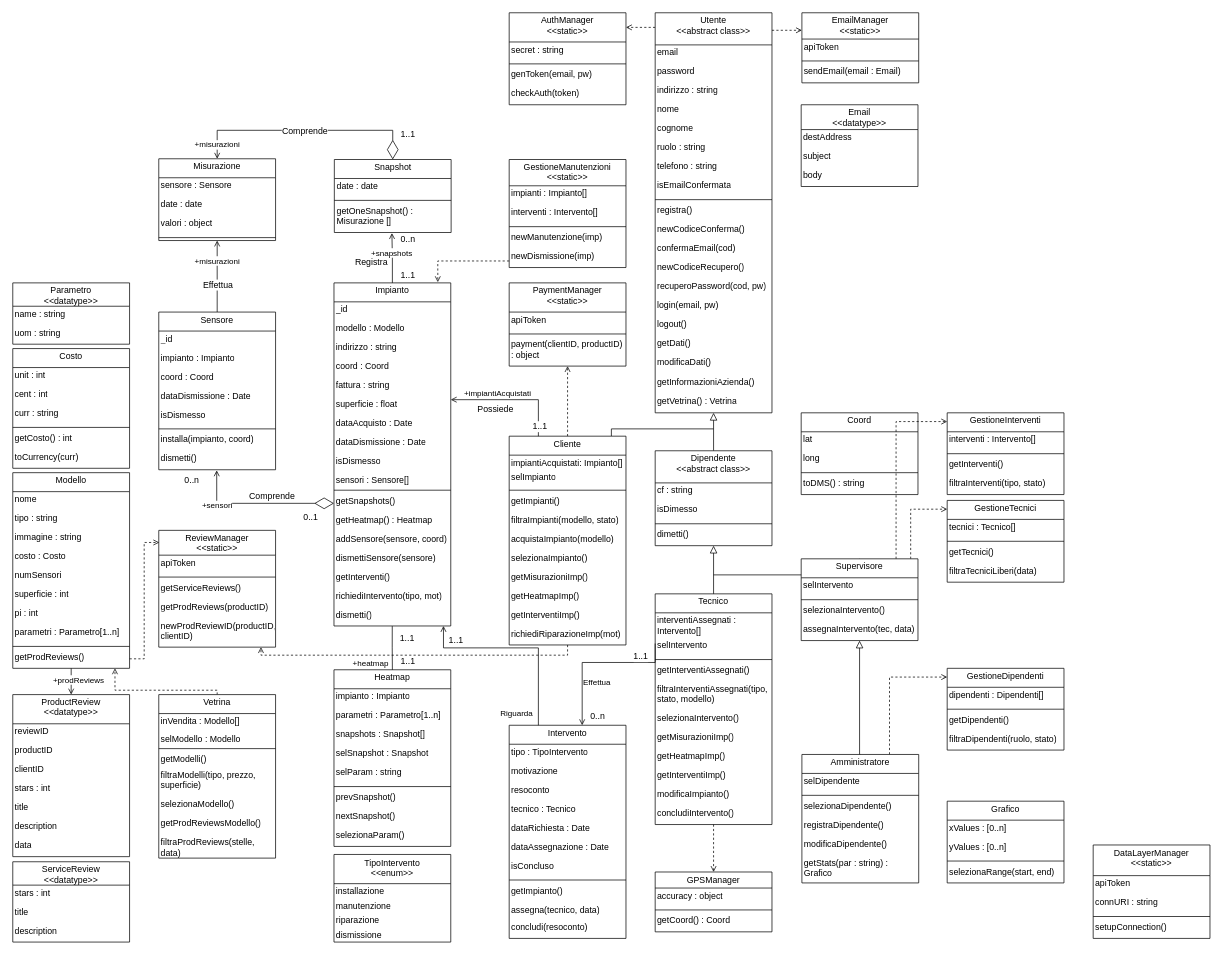
The draw.io diagram page "Complessivo" (1 of 10) of deliverables/d3/.media/.drawio/classi.drawio in amanfucci/ardeeno-workondeliverables, before the edit. Source tidied: cells renumbered, new cells numbered last; positions are measured from the earlier drawing's top-left corner, leaving out a move shared by most shapes. Both pictures are drawn from the tidied source at 73%, with x=0, y=0 at pixel (12, 12).
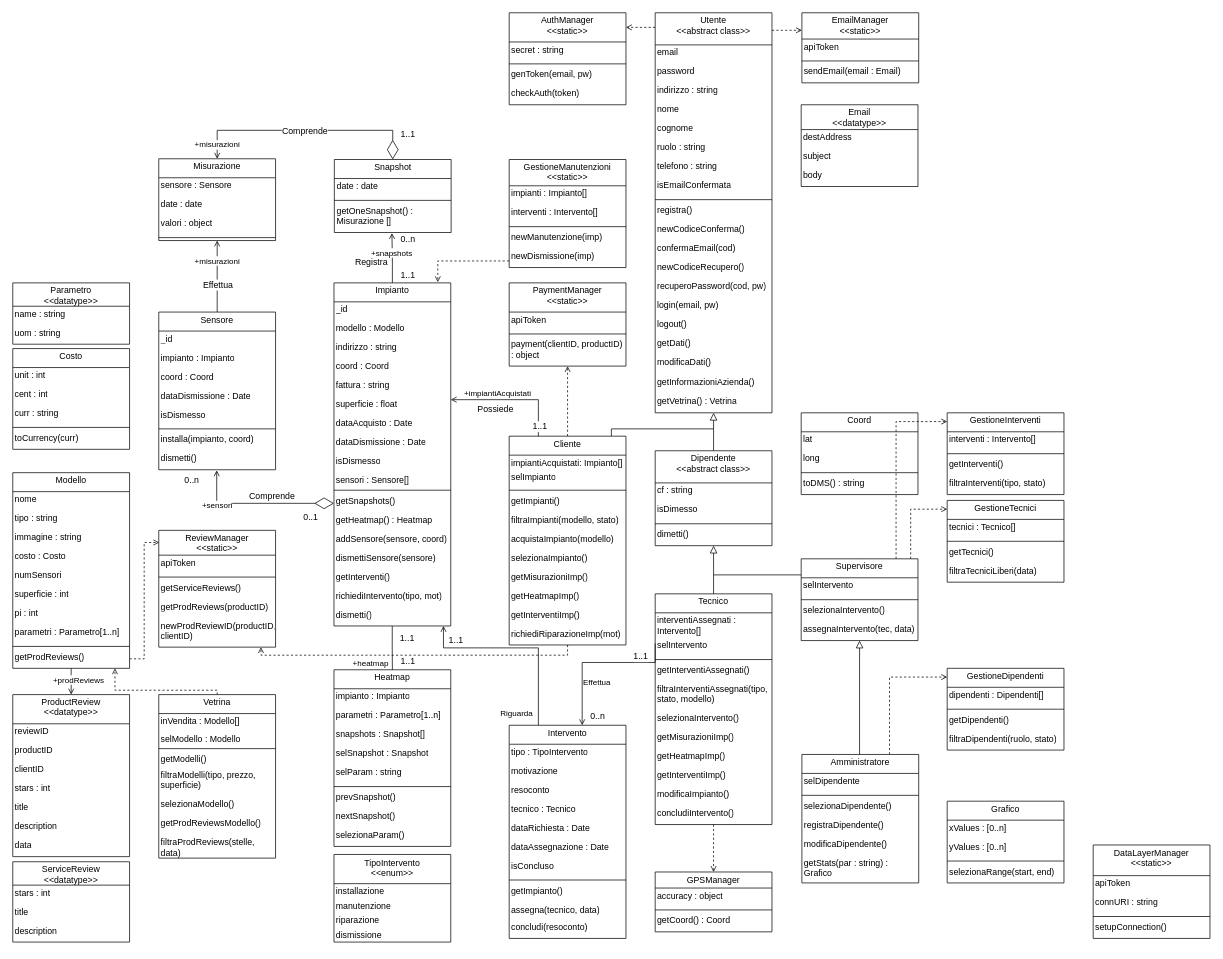
The same page after the edit.

Diff of the diagram source:
```diff
@@
     <mxCell id="122" value="Costo" style="swimlane;fontStyle=0;align=center;verticalAlign=top;horizontal=1;startSize=26;whiteSpace=wrap;spacing=-1;" parent="1" vertex="1">
-      <mxGeometry y="460" width="160" height="164" as="geometry" />
+      <mxGeometry y="460" width="160" height="138" as="geometry" />
     </mxCell>
@@
-    <mxCell id="127" value="getCosto() : int" style="text;strokeColor=none;fillColor=none;align=left;verticalAlign=top;spacingLeft=4;spacingRight=4;overflow=hidden;fontStyle=0;whiteSpace=wrap;spacing=-1;" parent="122" vertex="1">
-      <mxGeometry y="112" width="160" height="26" as="geometry" />
-    </mxCell>
     <mxCell id="128" value="toCurrency(curr)" style="text;strokeColor=none;fillColor=none;align=left;verticalAlign=top;spacingLeft=4;spacingRight=4;overflow=hidden;fontStyle=0;whiteSpace=wrap;spacing=-1;" parent="122" vertex="1">
-      <mxGeometry y="138" width="160" height="26" as="geometry" />
+      <mxGeometry y="112" width="160" height="26" as="geometry" />
     </mxCell>
```
